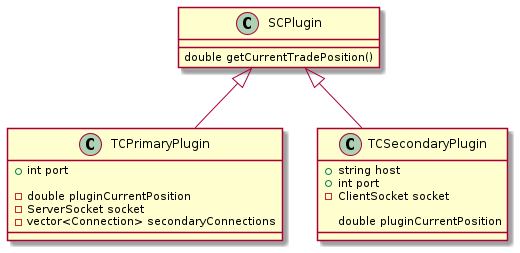
Before: dev/class.png, a diagram exported from PlantUML (sohailsomani/sc_position_copy). Its diagram source:
```plantuml
@startuml
class SCPlugin {
  double getCurrentTradePosition()
}

class TCPrimaryPlugin {
  +int port

  -double pluginCurrentPosition
  -ServerSocket socket
  -vector<Connection> secondaryConnections

}

class TCSecondaryPlugin {
  +string host
  +int port
  -ClientSocket socket

  double pluginCurrentPosition
}

SCPlugin <|-- TCPrimaryPlugin
SCPlugin <|-- TCSecondaryPlugin
@enduml
```
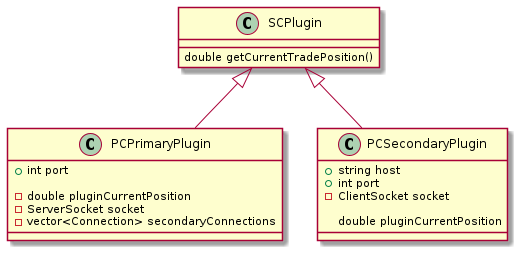
Later version of the same file.

The edit, as a diff of the source:
```diff
@@ -3,7 +3,7 @@
   double getCurrentTradePosition()
 }
 
-class TCPrimaryPlugin {
+class PCPrimaryPlugin {
   +int port
 
   -double pluginCurrentPosition
@@ -12,7 +12,7 @@
 
 }
 
-class TCSecondaryPlugin {
+class PCSecondaryPlugin {
   +string host
   +int port
   -ClientSocket socket
@@ -20,6 +20,6 @@
   double pluginCurrentPosition
 }
 
-SCPlugin <|-- TCPrimaryPlugin
-SCPlugin <|-- TCSecondaryPlugin
+SCPlugin <|-- PCPrimaryPlugin
+SCPlugin <|-- PCSecondaryPlugin
 @enduml
```
